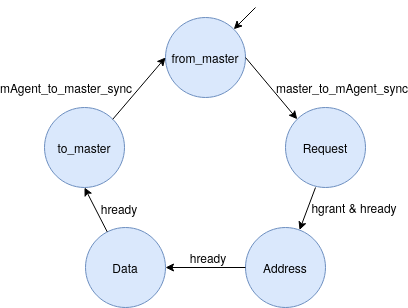
This is figs/hw/mAgent_FSM.png from Ovsthus/hovsthus_thesis, a draw.io export, as it was before one commit. Source tidied: cells renumbered, new cells last; positions are measured from the earlier drawing's top-left corner, leaving out a move shared by most shapes.
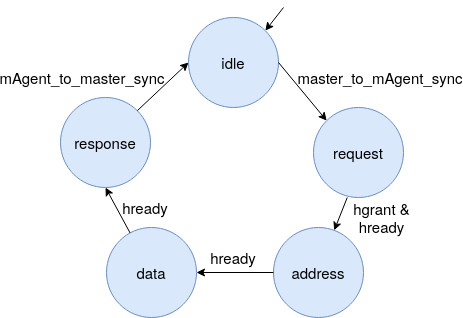
The same file after the commit.

What changed in the source:
```diff
@@ -2,55 +2,55 @@
   <root>
     <mxCell id="0" />
     <mxCell id="1" parent="0" />
-    <mxCell id="2" value="from_master" style="ellipse;whiteSpace=wrap;html=1;fillColor=#dae8fc;strokeColor=#6c8ebf;" parent="1" vertex="1">
-      <mxGeometry x="127" y="10" width="80" height="80" as="geometry" />
-    </mxCell>
-    <mxCell id="3" value="Request" style="ellipse;whiteSpace=wrap;html=1;fillColor=#dae8fc;strokeColor=#6c8ebf;" parent="1" vertex="1">
-      <mxGeometry x="247" y="100" width="80" height="80" as="geometry" />
-    </mxCell>
-    <mxCell id="4" value="&lt;div&gt;Address &lt;br&gt;&lt;/div&gt;" style="ellipse;whiteSpace=wrap;html=1;fillColor=#dae8fc;strokeColor=#6c8ebf;" parent="1" vertex="1">
-      <mxGeometry x="207" y="220" width="80" height="80" as="geometry" />
-    </mxCell>
-    <mxCell id="5" value="Data " style="ellipse;whiteSpace=wrap;html=1;fillColor=#dae8fc;strokeColor=#6c8ebf;" parent="1" vertex="1">
-      <mxGeometry x="47" y="220" width="80" height="80" as="geometry" />
-    </mxCell>
-    <mxCell id="6" value="to_master" style="ellipse;whiteSpace=wrap;html=1;fillColor=#dae8fc;strokeColor=#6c8ebf;" parent="1" vertex="1">
-      <mxGeometry x="6" y="100" width="80" height="80" as="geometry" />
-    </mxCell>
-    <mxCell id="7" style="endArrow=classic;html=1;exitX=1;exitY=0.5;exitDx=0;exitDy=0;entryX=0;entryY=0;entryDx=0;entryDy=0;" parent="1" edge="1" source="2" target="3">
-      <mxGeometry relative="1" as="geometry" />
-    </mxCell>
-    <mxCell id="8" style="endArrow=classic;html=1;exitX=0.375;exitY=1;exitDx=0;exitDy=0;exitPerimeter=0;" parent="1" edge="1" source="3" target="4">
-      <mxGeometry relative="1" as="geometry" />
-    </mxCell>
-    <mxCell id="9" style="endArrow=classic;html=1;exitX=0;exitY=0.5;exitDx=0;exitDy=0;entryX=1;entryY=0.5;entryDx=0;entryDy=0;" parent="1" edge="1" source="4" target="5">
-      <mxGeometry relative="1" as="geometry" />
-    </mxCell>
-    <mxCell id="10" style="endArrow=classic;html=1;entryX=0.5;entryY=1;entryDx=0;entryDy=0;" parent="1" edge="1" source="5" target="6">
-      <mxGeometry relative="1" as="geometry" />
-    </mxCell>
-    <mxCell id="11" style="endArrow=classic;html=1;exitX=1;exitY=0;exitDx=0;exitDy=0;entryX=0;entryY=0.5;entryDx=0;entryDy=0;" parent="1" edge="1" source="6" target="2">
-      <mxGeometry relative="1" as="geometry" />
-    </mxCell>
+    <mxCell id="18" value="&lt;font style=&quot;font-size: 15px&quot;&gt;idle&lt;/font&gt;" style="ellipse;whiteSpace=wrap;html=1;fillColor=#dae8fc;strokeColor=#6c8ebf;" parent="1" vertex="1">
+      <mxGeometry x="122" y="10" width="90" height="90" as="geometry" />
+    </mxCell>
+    <mxCell id="19" value="&lt;font style=&quot;font-size: 15px&quot;&gt;request&lt;/font&gt;" style="ellipse;whiteSpace=wrap;html=1;fillColor=#dae8fc;strokeColor=#6c8ebf;" parent="1" vertex="1">
+      <mxGeometry x="247" y="100" width="90" height="90" as="geometry" />
+    </mxCell>
+    <mxCell id="20" value="&lt;font style=&quot;font-size: 15px&quot;&gt;address&lt;/font&gt;" style="ellipse;whiteSpace=wrap;html=1;fillColor=#dae8fc;strokeColor=#6c8ebf;" parent="1" vertex="1">
+      <mxGeometry x="207" y="220" width="90" height="90" as="geometry" />
+    </mxCell>
+    <mxCell id="21" value="&lt;font style=&quot;font-size: 15px&quot;&gt;data &lt;/font&gt;" style="ellipse;whiteSpace=wrap;html=1;fillColor=#dae8fc;strokeColor=#6c8ebf;" parent="1" vertex="1">
+      <mxGeometry x="40" y="220" width="90" height="90" as="geometry" />
+    </mxCell>
+    <mxCell id="22" value="&lt;font style=&quot;font-size: 15px&quot;&gt;response&lt;/font&gt;" style="ellipse;whiteSpace=wrap;html=1;fillColor=#dae8fc;strokeColor=#6c8ebf;" parent="1" vertex="1">
+      <mxGeometry x="-6" y="90" width="90" height="90" as="geometry" />
+    </mxCell>
+    <mxCell id="23" style="endArrow=classic;html=1;exitX=1;exitY=0.5;exitDx=0;exitDy=0;entryX=0;entryY=0;entryDx=0;entryDy=0;" parent="1" edge="1" source="18" target="19">
+      <mxGeometry relative="1" as="geometry" />
+    </mxCell>
+    <mxCell id="24" style="endArrow=classic;html=1;exitX=0.375;exitY=1;exitDx=0;exitDy=0;exitPerimeter=0;" parent="1" edge="1" source="19" target="20">
+      <mxGeometry relative="1" as="geometry" />
+    </mxCell>
+    <mxCell id="25" style="endArrow=classic;html=1;exitX=0;exitY=0.5;exitDx=0;exitDy=0;entryX=1;entryY=0.5;entryDx=0;entryDy=0;" parent="1" edge="1" source="20" target="21">
+      <mxGeometry relative="1" as="geometry" />
+    </mxCell>
+    <mxCell id="26" style="endArrow=classic;html=1;entryX=0.5;entryY=1;entryDx=0;entryDy=0;" parent="1" edge="1" source="21" target="22">
+      <mxGeometry relative="1" as="geometry" />
+    </mxCell>
+    <mxCell id="27" style="endArrow=classic;html=1;exitX=1;exitY=0;exitDx=0;exitDy=0;entryX=0;entryY=0.5;entryDx=0;entryDy=0;" parent="1" edge="1" source="22" target="18">
+      <mxGeometry relative="1" as="geometry" />
+    </mxCell>
-    <mxCell id="12" value="master_to_mAgent_sync" style="text;html=1;strokeColor=none;fillColor=none;align=center;verticalAlign=middle;whiteSpace=wrap;rounded=0;" parent="1" vertex="1">
-      <mxGeometry x="249" y="70" width="110" height="20" as="geometry" />
+    <mxCell id="12" value="&lt;font style=&quot;font-size: 15px&quot;&gt;master_to_mAgent_sync&lt;/font&gt;" style="text;html=1;strokeColor=none;fillColor=none;align=center;verticalAlign=middle;whiteSpace=wrap;rounded=0;" parent="1" vertex="1">
+      <mxGeometry x="259" y="60" width="110" height="20" as="geometry" />
     </mxCell>
-    <mxCell id="13" value="hgrant &amp;amp; hready" style="text;html=1;strokeColor=none;fillColor=none;align=center;verticalAlign=middle;whiteSpace=wrap;rounded=0;" parent="1" vertex="1">
-      <mxGeometry x="271" y="190" width="90" height="20" as="geometry" />
+    <mxCell id="13" value="&lt;font style=&quot;font-size: 15px&quot;&gt;hgrant &amp;amp; hready&lt;/font&gt;" style="text;html=1;strokeColor=none;fillColor=none;align=center;verticalAlign=middle;whiteSpace=wrap;rounded=0;" parent="1" vertex="1">
+      <mxGeometry x="267" y="200" width="97" height="20" as="geometry" />
     </mxCell>
-    <mxCell id="14" value="hready" style="text;html=1;strokeColor=none;fillColor=none;align=center;verticalAlign=middle;whiteSpace=wrap;rounded=0;" parent="1" vertex="1">
-      <mxGeometry x="150" y="240" width="40" height="20" as="geometry" />
-    </mxCell>
-    <mxCell id="15" value="hready" style="text;html=1;strokeColor=none;fillColor=none;align=center;verticalAlign=middle;whiteSpace=wrap;rounded=0;" parent="1" vertex="1">
-      <mxGeometry x="59" y="191" width="44" height="20" as="geometry" />
-    </mxCell>
+    <mxCell id="28" value="&lt;font style=&quot;font-size: 15px&quot;&gt;hready&lt;/font&gt;" style="text;html=1;strokeColor=none;fillColor=none;align=center;verticalAlign=middle;whiteSpace=wrap;rounded=0;" parent="1" vertex="1">
+      <mxGeometry x="147" y="240" width="40" height="20" as="geometry" />
+    </mxCell>
+    <mxCell id="29" value="&lt;font style=&quot;font-size: 15px&quot;&gt;hready&lt;/font&gt;" style="text;html=1;strokeColor=none;fillColor=none;align=center;verticalAlign=middle;whiteSpace=wrap;rounded=0;" parent="1" vertex="1">
+      <mxGeometry x="57" y="190" width="44" height="20" as="geometry" />
+    </mxCell>
-    <mxCell id="16" value="mAgent_to_master_sync" style="text;html=1;strokeColor=none;fillColor=none;align=center;verticalAlign=middle;whiteSpace=wrap;rounded=0;" parent="1" vertex="1">
-      <mxGeometry y="70" width="56" height="20" as="geometry" />
+    <mxCell id="16" value="&lt;font style=&quot;font-size: 15px&quot;&gt;mAgent_to_master_sync&lt;/font&gt;" style="text;html=1;strokeColor=none;fillColor=none;align=center;verticalAlign=middle;whiteSpace=wrap;rounded=0;" parent="1" vertex="1">
+      <mxGeometry x="-12" y="60" width="56" height="20" as="geometry" />
     </mxCell>
-    <mxCell id="17" style="endArrow=classic;html=1;entryX=1;entryY=0;entryDx=0;entryDy=0;" parent="1" edge="1" target="2">
-      <mxGeometry relative="1" as="geometry">
-        <mxPoint x="217" as="sourcePoint" />
-      </mxGeometry>
-    </mxCell>
+    <mxCell id="30" style="endArrow=classic;html=1;entryX=1;entryY=0;entryDx=0;entryDy=0;" parent="1" edge="1" target="18">
+      <mxGeometry relative="1" as="geometry">
+        <mxPoint x="217" as="sourcePoint" />
+      </mxGeometry>
+    </mxCell>
   </root>
 </mxGraphModel>
```
